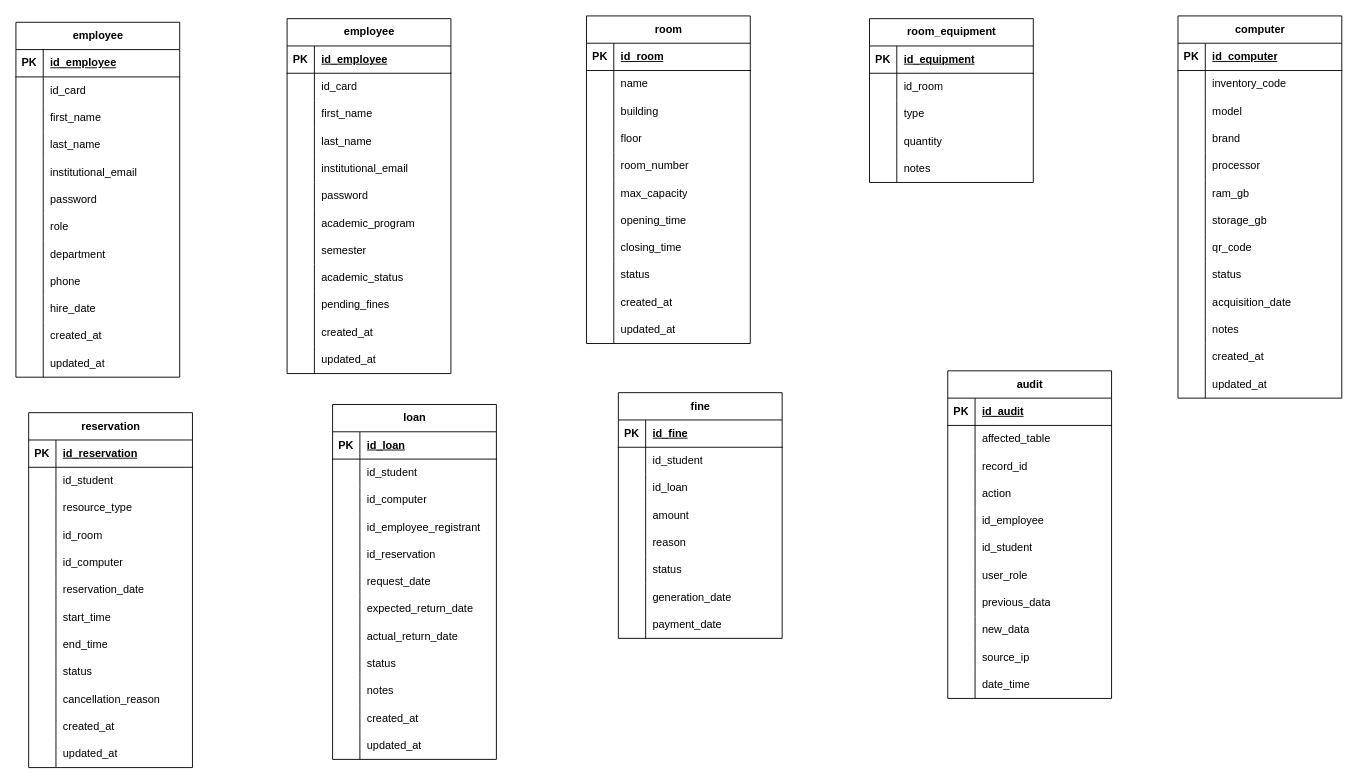
Before: back-end/docs/diagrams/DERCampusLend.drawio in Breynersmartinez/CampusLend, a draw.io diagram. Source tidied: cells renumbered, new cells numbered last; positions are measured from the earlier drawing's top-left corner, leaving out a move shared by most shapes. Both pictures are drawn from the tidied source at 91%, with x=0, y=0 at pixel (15, 15).
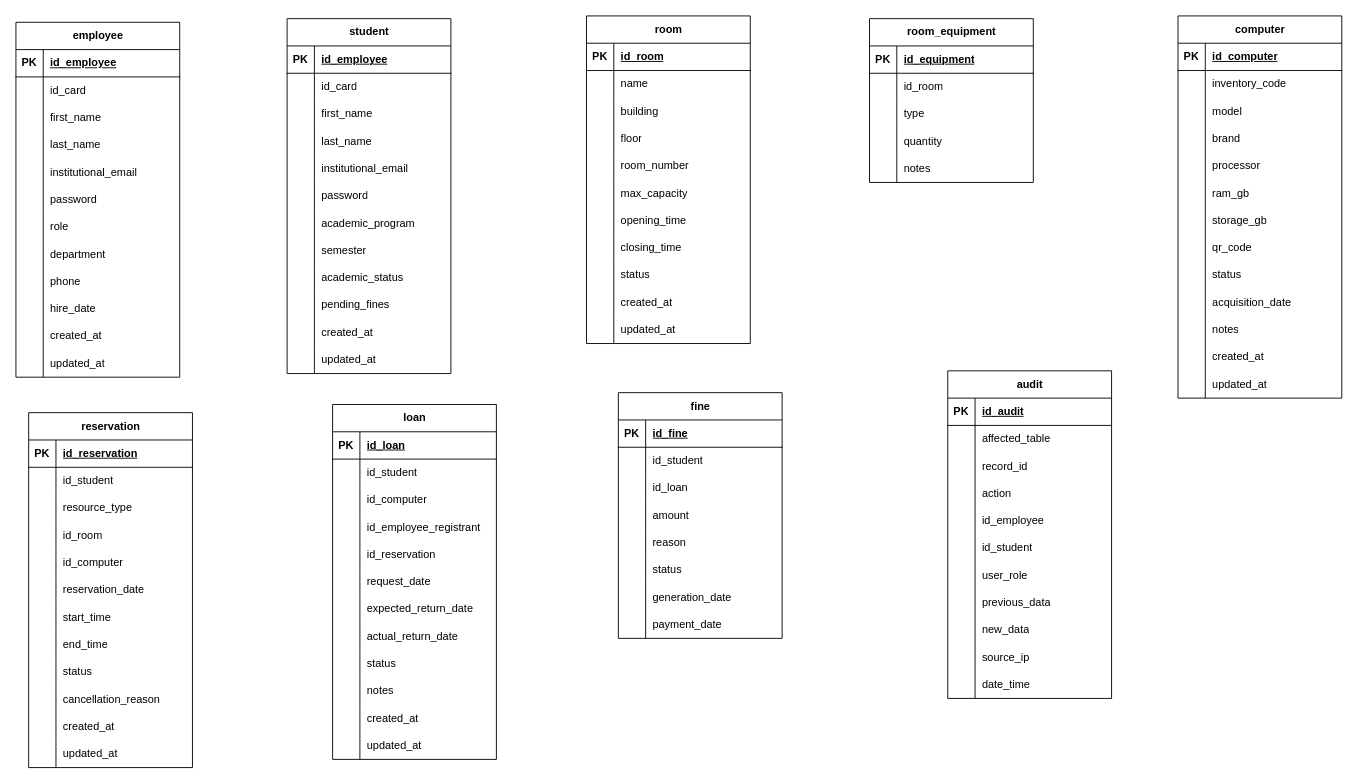
The same page after the edit.

Commit message (it also covers changes not shown here):
Se esta agregando los atributo de la entidad audit

What changed in the source:
```diff
@@
-    <mxCell id="225" value="employee" style="shape=table;startSize=30;childLayout=tableLayout;rowLines=0;fontStyle=1;align=center;html=1;" parent="1" vertex="1">
+    <mxCell id="225" value="student" style="shape=table;startSize=30;childLayout=tableLayout;rowLines=0;fontStyle=1;align=center;html=1;" parent="1" vertex="1">
       <mxGeometry x="298" y="3" width="180" height="390" as="geometry" />
     </mxCell>
```
